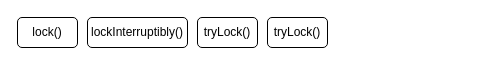
Before: 卖场/源码.drawio in lxcy-kdz/draw, a draw.io diagram. Source tidied: cells renumbered, new cells numbered last; positions are measured from the earlier drawing's top-left corner, leaving out a move shared by most shapes. Both pictures are drawn from the tidied source at 100%, with x=0, y=0 at pixel (17, 17).
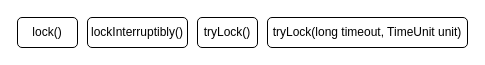
Above is the later version.

What changed in the source:
```diff
@@
 <mxGraphModel>
   <root>
     <mxCell id="0" />
     <mxCell id="1" parent="0" />
     <mxCell id="2" value="lock()" style="rounded=1;whiteSpace=wrap;html=1;" parent="1" vertex="1">
       <mxGeometry width="60" height="30" as="geometry" />
     </mxCell>
     <mxCell id="3" value="lockInterruptibly()" style="rounded=1;whiteSpace=wrap;html=1;" parent="1" vertex="1">
       <mxGeometry x="70" width="100" height="30" as="geometry" />
     </mxCell>
     <mxCell id="4" value="tryLock()" style="rounded=1;whiteSpace=wrap;html=1;" parent="1" vertex="1">
       <mxGeometry x="180" width="60" height="30" as="geometry" />
     </mxCell>
-    <mxCell id="5" value="tryLock()" style="rounded=1;whiteSpace=wrap;html=1;" parent="1" vertex="1">
-      <mxGeometry x="250" width="60" height="30" as="geometry" />
+    <mxCell id="5" value="tryLock(long timeout, TimeUnit unit)" style="rounded=1;whiteSpace=wrap;html=1;" parent="1" vertex="1">
+      <mxGeometry x="250" width="200" height="30" as="geometry" />
     </mxCell>
   </root>
 </mxGraphModel>
```
